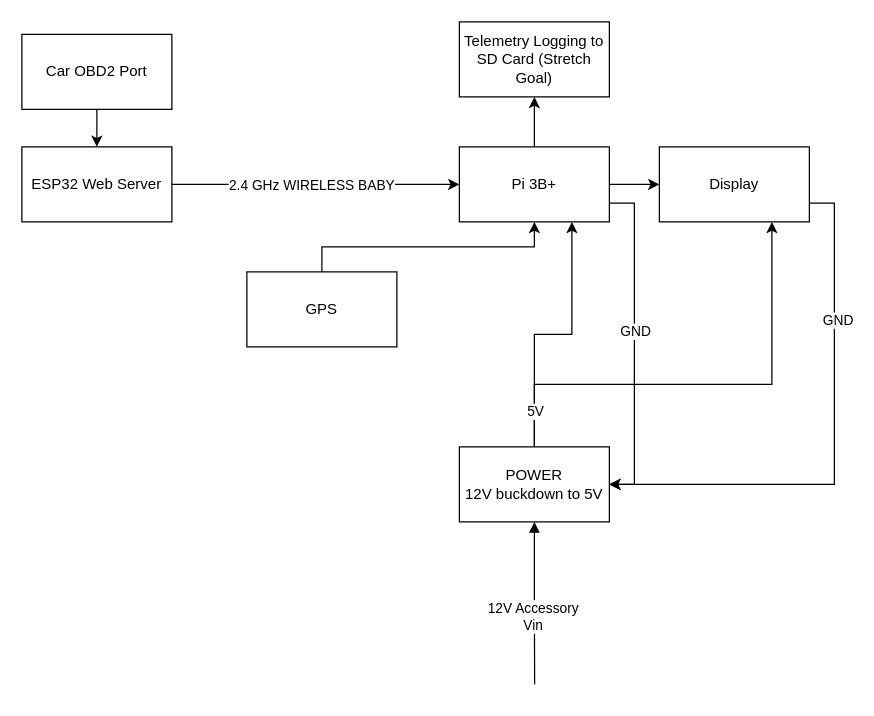
Above: page "Overall" (1 of 3) of diagrams/SCD_Architecture_Overview.drawio in monjave/SickestCarDash (draw.io), before the change. Source tidied: cells renumbered, new cells numbered last; positions are measured from the earlier drawing's top-left corner, leaving out a move shared by most shapes. Both pictures are drawn from the tidied source at 125%, with x=0, y=0 at pixel (21, 21).
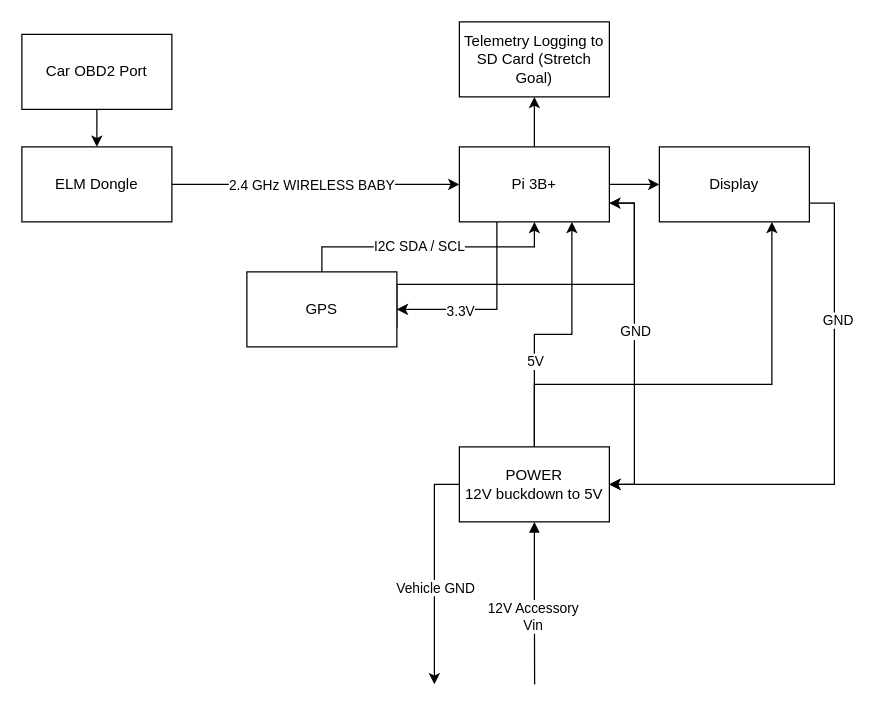
After the change.

The change refers to these unchanged cells:
```xml
<mxCell id="11" value="&lt;div&gt;Pi 3B+&lt;/div&gt;" style="rounded=0;whiteSpace=wrap;html=1;" parent="1" vertex="1">
  <mxGeometry x="350" y="100" width="120" height="60" as="geometry" />
</mxCell>
<mxCell id="16" style="edgeStyle=orthogonalEdgeStyle;rounded=0;jettySize=auto;html=1;exitX=0.5;exitY=0;exitDx=0;exitDy=0;" parent="1" edge="1" source="17" target="11">
  <mxGeometry relative="1" as="geometry" />
</mxCell>
<mxCell id="17" value="GPS" style="rounded=0;whiteSpace=wrap;html=1;" parent="1" vertex="1">
  <mxGeometry x="180" y="200" width="120" height="60" as="geometry" />
</mxCell>
<mxCell id="19" style="edgeStyle=orthogonalEdgeStyle;rounded=0;jettySize=auto;html=1;exitX=0.5;exitY=0;exitDx=0;exitDy=0;entryX=0.75;entryY=1;entryDx=0;entryDy=0;" parent="1" edge="1" source="21" target="14">
  <mxGeometry relative="1" as="geometry">
    <Array as="points">
      <mxPoint x="410" y="290" />
      <mxPoint x="600" y="290" />
    </Array>
  </mxGeometry>
</mxCell>
<mxCell id="21" value="&lt;div&gt;POWER&lt;/div&gt;&lt;div&gt;12V buckdown to 5V&lt;/div&gt;" style="rounded=0;whiteSpace=wrap;html=1;" parent="1" vertex="1">
  <mxGeometry x="350" y="340" width="120" height="60" as="geometry" />
</mxCell>
```

Diff of the diagram source:
```diff
@@
-    <mxCell id="4" value="ESP32 Web Server" style="rounded=0;whiteSpace=wrap;html=1;" parent="1" vertex="1">
+    <mxCell id="4" value="&lt;div&gt;ELM Dongle&lt;/div&gt;" style="rounded=0;whiteSpace=wrap;html=1;" parent="1" vertex="1">
       <mxGeometry y="100" width="120" height="60" as="geometry" />
     </mxCell>
@@
+    <mxCell id="24" style="edgeStyle=orthogonalEdgeStyle;rounded=0;jettySize=auto;html=1;exitX=0.25;exitY=1;exitDx=0;exitDy=0;entryX=1;entryY=0.5;entryDx=0;entryDy=0;" parent="1" edge="1" source="11" target="17">
+      <mxGeometry relative="1" as="geometry" />
+    </mxCell>
+    <mxCell id="25" value="3.3V" style="edgeLabel;html=1;align=center;verticalAlign=middle;" parent="24" vertex="1">
+      <mxGeometry x="-0.24" relative="1" as="geometry">
+        <mxPoint x="-30" y="14" as="offset" />
+      </mxGeometry>
+    </mxCell>
@@
+    <mxCell id="26" value="I2C SDA / SCL" style="edgeLabel;html=1;align=center;verticalAlign=middle;" parent="16" vertex="1">
+      <mxGeometry x="-0.08" y="1" relative="1" as="geometry" />
+    </mxCell>
+    <mxCell id="27" style="edgeStyle=orthogonalEdgeStyle;rounded=0;jettySize=auto;html=1;exitX=1;exitY=0.75;exitDx=0;exitDy=0;entryX=1;entryY=0.75;entryDx=0;entryDy=0;" parent="1" edge="1" source="17" target="11">
+      <mxGeometry relative="1" as="geometry">
+        <Array as="points">
+          <mxPoint x="300" y="210" />
+          <mxPoint x="490" y="210" />
+          <mxPoint x="490" y="145" />
+        </Array>
+      </mxGeometry>
+    </mxCell>
@@
     <mxCell id="20" value="&lt;div&gt;5V&lt;/div&gt;" style="edgeLabel;html=1;align=center;verticalAlign=middle;" parent="19" vertex="1">
       <mxGeometry x="-0.81" y="1" relative="1" as="geometry">
-        <mxPoint x="1" y="6" as="offset" />
+        <mxPoint x="1" y="-34" as="offset" />
       </mxGeometry>
     </mxCell>
+    <mxCell id="28" style="edgeStyle=orthogonalEdgeStyle;rounded=0;jettySize=auto;html=1;exitX=0;exitY=0.5;exitDx=0;exitDy=0;" parent="1" edge="1" source="21">
+      <mxGeometry relative="1" as="geometry">
+        <mxPoint x="330" y="530" as="targetPoint" />
+      </mxGeometry>
+    </mxCell>
+    <mxCell id="29" value="&lt;div&gt;Vehicle GND&lt;/div&gt;" style="edgeLabel;html=1;align=center;verticalAlign=middle;" parent="28" vertex="1">
+      <mxGeometry x="0.13" relative="1" as="geometry" />
+    </mxCell>
```
